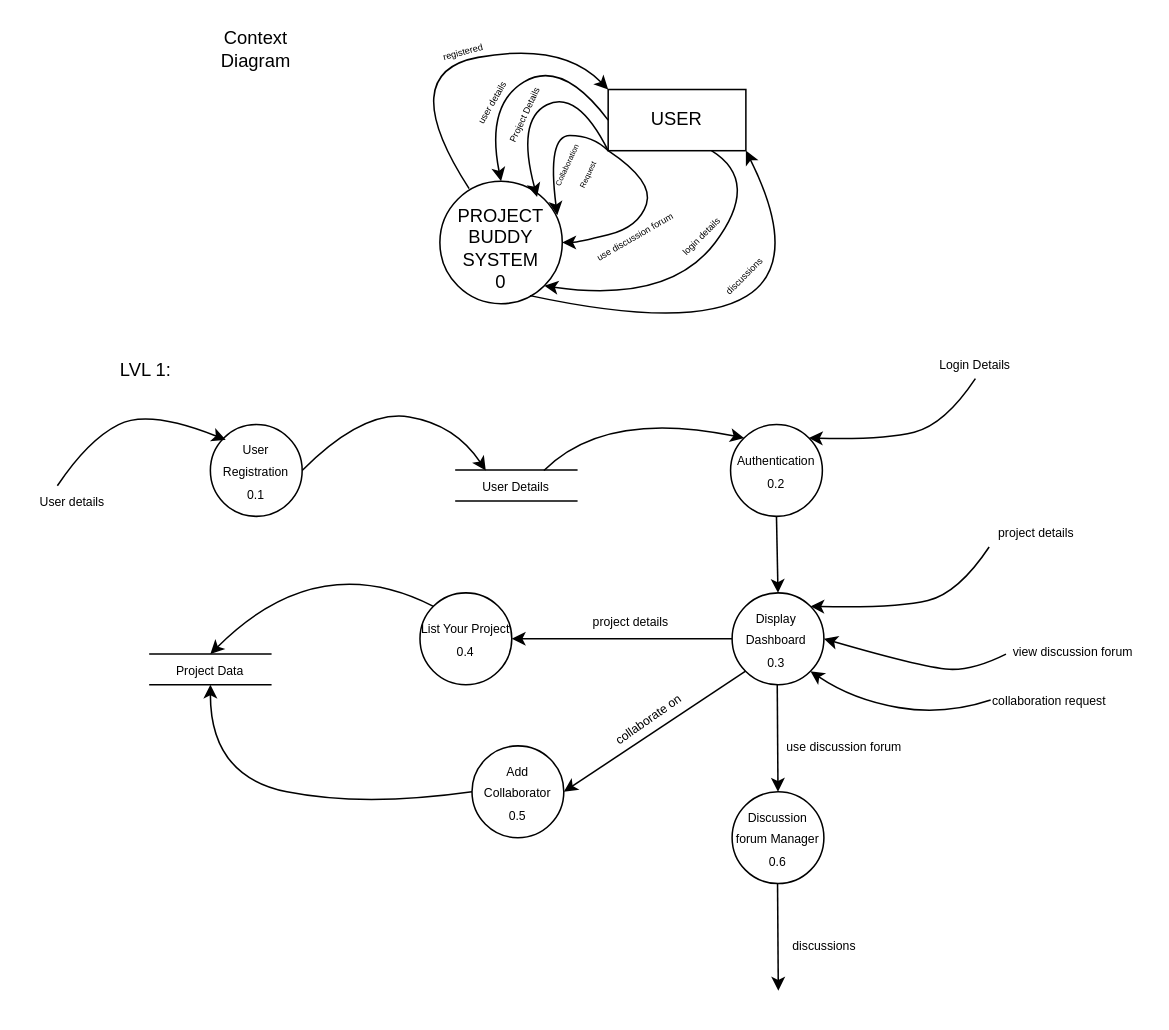
Earlier version of the draw.io diagram page "DFD" (1 of 7) of Untitled Diagram.drawio (Samrat1507/ProjectBuddy). Source tidied: cells renumbered, new cells numbered last; positions are measured from the earlier drawing's top-left corner, leaving out a move shared by most shapes. Both pictures are drawn from the tidied source at 153%, with x=0, y=0 at pixel (26, 26).
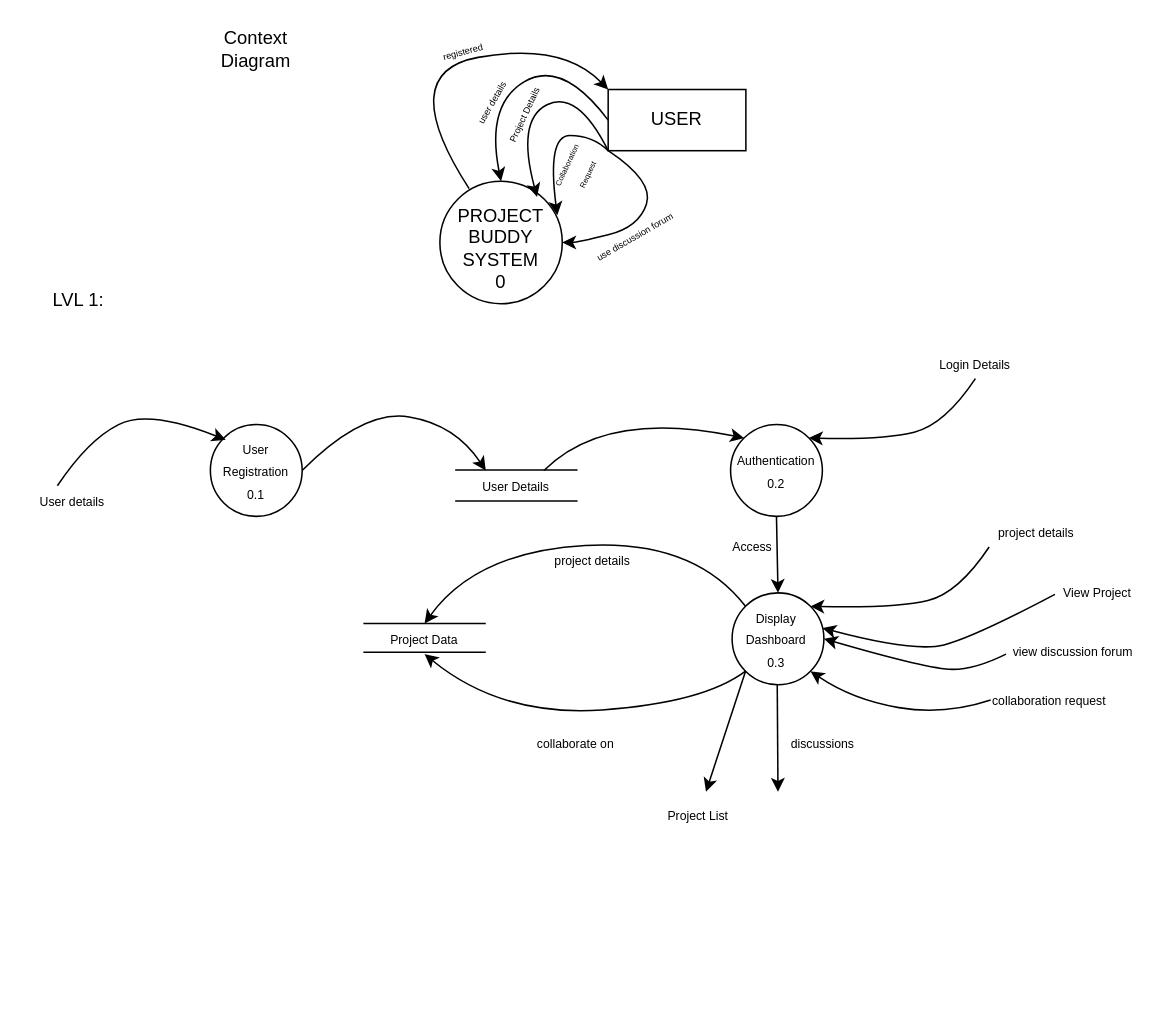
The same diagram, later.

The change refers to these unchanged cells:
```xml
<mxCell id="2" style="ellipse;whiteSpace=wrap;html=1;" parent="1" vertex="1">
  <mxGeometry x="270" y="101" width="80" height="80" as="geometry" />
</mxCell>
<mxCell id="3" style="rounded=0;whiteSpace=wrap;html=1;" parent="1" vertex="1">
  <mxGeometry x="380" y="41" width="90" height="40" as="geometry" />
</mxCell>
<mxCell id="26" style="ellipse;whiteSpace=wrap;html=1;" parent="1" vertex="1">
  <mxGeometry x="461" y="370" width="60" height="60" as="geometry" />
</mxCell>
```

The edit, as a diff of the source:
```diff
@@
-    <mxCell id="5" style="curved=1;endArrow=classic;html=1;rounded=0;exitX=0.736;exitY=0.934;exitDx=0;exitDy=0;exitPerimeter=0;entryX=1;entryY=1;entryDx=0;entryDy=0;" parent="1" edge="1" source="2" target="3">
-      <mxGeometry relative="1" as="geometry">
-        <Array as="points">
-          <mxPoint x="540" y="221" />
-        </Array>
-      </mxGeometry>
-    </mxCell>
@@
-    <mxCell id="10" style="curved=1;endArrow=classic;html=1;rounded=0;entryX=1;entryY=1;entryDx=0;entryDy=0;exitX=0.75;exitY=1;exitDx=0;exitDy=0;" parent="1" edge="1" source="3" target="2">
-      <mxGeometry relative="1" as="geometry">
-        <Array as="points">
-          <mxPoint x="480" y="101" />
-          <mxPoint x="420" y="181" />
-        </Array>
-      </mxGeometry>
-    </mxCell>
@@
-    <mxCell id="18" value="&lt;span style=&quot;font-size: 6px;&quot;&gt;login details&lt;/span&gt;" style="text;html=1;strokeColor=none;fillColor=none;align=center;verticalAlign=middle;whiteSpace=wrap;rounded=0;rotation=-45;" parent="1" vertex="1">
-      <mxGeometry x="410" y="121" width="60" height="30" as="geometry" />
-    </mxCell>
-    <mxCell id="19" value="&lt;span style=&quot;font-size: 6px;&quot;&gt;discussions&lt;/span&gt;" style="text;html=1;strokeColor=none;fillColor=none;align=center;verticalAlign=middle;whiteSpace=wrap;rounded=0;rotation=-45;" parent="1" vertex="1">
-      <mxGeometry x="438" y="147" width="60" height="30" as="geometry" />
-    </mxCell>
@@
     <mxCell id="21" value="LVL 1:" style="text;html=1;strokeColor=none;fillColor=none;align=center;verticalAlign=middle;whiteSpace=wrap;rounded=0;" parent="1" vertex="1">
-      <mxGeometry x="48" y="210" width="60" height="30" as="geometry" />
+      <mxGeometry x="4" y="164" width="60" height="30" as="geometry" />
     </mxCell>
@@
-    <mxCell id="24" style="ellipse;whiteSpace=wrap;html=1;" parent="1" vertex="1">
-      <mxGeometry x="291" y="470" width="60" height="60" as="geometry" />
-    </mxCell>
-    <mxCell id="25" style="ellipse;whiteSpace=wrap;html=1;" parent="1" vertex="1">
-      <mxGeometry x="461" y="500" width="60" height="60" as="geometry" />
-    </mxCell>
@@
-    <mxCell id="27" style="ellipse;whiteSpace=wrap;html=1;" parent="1" vertex="1">
-      <mxGeometry x="257" y="370" width="60" height="60" as="geometry" />
-    </mxCell>
@@
     <mxCell id="30" style="endArrow=none;html=1;rounded=0;" parent="1" edge="1">
       <mxGeometry relative="1" as="geometry">
-        <mxPoint x="80" y="410" as="sourcePoint" />
-        <mxPoint x="160" y="410" as="targetPoint" />
+        <mxPoint x="220" y="390" as="sourcePoint" />
+        <mxPoint x="300" y="390" as="targetPoint" />
       </mxGeometry>
     </mxCell>
     <mxCell id="31" style="endArrow=none;html=1;rounded=0;" parent="1" edge="1">
       <mxGeometry relative="1" as="geometry">
-        <mxPoint x="80" y="430" as="sourcePoint" />
-        <mxPoint x="160" y="430" as="targetPoint" />
+        <mxPoint x="220" y="408.8" as="sourcePoint" />
+        <mxPoint x="300" y="408.8" as="targetPoint" />
       </mxGeometry>
     </mxCell>
@@
-    <mxCell id="37" style="endArrow=classic;html=1;rounded=0;entryX=0.5;entryY=0;entryDx=0;entryDy=0;exitX=0.5;exitY=1;exitDx=0;exitDy=0;" parent="1" edge="1" target="25">
+    <mxCell id="37" style="endArrow=classic;html=1;rounded=0;entryX=0.5;entryY=0;entryDx=0;entryDy=0;exitX=0.5;exitY=1;exitDx=0;exitDy=0;" parent="1" edge="1">
       <mxGeometry relative="1" as="geometry">
         <mxPoint x="490.5" y="430" as="sourcePoint" />
+        <mxPoint x="491" y="500" as="targetPoint" />
       </mxGeometry>
     </mxCell>
@@
-    <mxCell id="41" style="endArrow=classic;html=1;rounded=0;entryX=0.5;entryY=0;entryDx=0;entryDy=0;exitX=0.5;exitY=1;exitDx=0;exitDy=0;" parent="1" edge="1">
-      <mxGeometry relative="1" as="geometry">
-        <mxPoint x="490.7" y="560" as="sourcePoint" />
-        <mxPoint x="491.2" y="630" as="targetPoint" />
-      </mxGeometry>
-    </mxCell>
-    <mxCell id="42" style="endArrow=classic;html=1;rounded=0;entryX=1;entryY=0.5;entryDx=0;entryDy=0;exitX=0;exitY=0.5;exitDx=0;exitDy=0;" parent="1" edge="1" source="26" target="27">
-      <mxGeometry relative="1" as="geometry" />
-    </mxCell>
-    <mxCell id="43" style="curved=1;endArrow=classic;html=1;rounded=0;exitX=0;exitY=0;exitDx=0;exitDy=0;" parent="1" edge="1" source="27">
-      <mxGeometry relative="1" as="geometry">
-        <mxPoint x="120" y="410" as="targetPoint" />
-        <Array as="points">
-          <mxPoint x="190" y="340" />
-        </Array>
-      </mxGeometry>
-    </mxCell>
-    <mxCell id="44" style="curved=1;endArrow=classic;html=1;rounded=0;exitX=0;exitY=0.5;exitDx=0;exitDy=0;" parent="1" edge="1" source="24">
-      <mxGeometry relative="1" as="geometry">
-        <mxPoint x="120" y="430" as="targetPoint" />
-        <Array as="points">
-          <mxPoint x="220" y="510" />
-          <mxPoint x="120" y="490" />
-        </Array>
-      </mxGeometry>
-    </mxCell>
-    <mxCell id="45" style="endArrow=classic;html=1;rounded=0;entryX=1;entryY=0.5;entryDx=0;entryDy=0;exitX=0;exitY=1;exitDx=0;exitDy=0;" parent="1" edge="1" source="26" target="24">
-      <mxGeometry relative="1" as="geometry" />
-    </mxCell>
@@
     <mxCell id="51" value="&lt;span style=&quot;font-size: 8px;&quot;&gt;discussions&lt;/span&gt;" style="text;html=1;strokeColor=none;fillColor=none;align=center;verticalAlign=middle;whiteSpace=wrap;rounded=0;rotation=0;" parent="1" vertex="1">
-      <mxGeometry x="480" y="590" width="83" height="20" as="geometry" />
+      <mxGeometry x="479" y="458" width="83" height="20" as="geometry" />
     </mxCell>
     <mxCell id="52" value="&lt;font style=&quot;font-size: 8px;&quot;&gt;project details&lt;/font&gt;" style="text;html=1;strokeColor=none;fillColor=none;align=center;verticalAlign=middle;whiteSpace=wrap;rounded=0;rotation=0;" parent="1" vertex="1">
-      <mxGeometry x="365" y="378" width="60" height="20" as="geometry" />
+      <mxGeometry x="340" y="338" width="60" height="20" as="geometry" />
     </mxCell>
-    <mxCell id="53" value="&lt;font style=&quot;font-size: 8px;&quot;&gt;collaborate on&lt;/font&gt;" style="text;html=1;strokeColor=none;fillColor=none;align=center;verticalAlign=middle;whiteSpace=wrap;rounded=0;rotation=-35;" parent="1" vertex="1">
-      <mxGeometry x="376" y="442" width="60" height="20" as="geometry" />
+    <mxCell id="53" value="&lt;font style=&quot;font-size: 8px;&quot;&gt;collaborate on&lt;/font&gt;" style="text;html=1;strokeColor=none;fillColor=none;align=center;verticalAlign=middle;whiteSpace=wrap;rounded=0;rotation=0;" parent="1" vertex="1">
+      <mxGeometry x="328.5" y="458" width="60" height="20" as="geometry" />
     </mxCell>
-    <mxCell id="54" value="&lt;font style=&quot;font-size: 8px;&quot;&gt;use discussion forum&lt;/font&gt;" style="text;html=1;strokeColor=none;fillColor=none;align=center;verticalAlign=middle;whiteSpace=wrap;rounded=0;rotation=0;" parent="1" vertex="1">
-      <mxGeometry x="493" y="460" width="83" height="20" as="geometry" />
-    </mxCell>
@@
     <mxCell id="56" value="&lt;span style=&quot;font-size: 8px;&quot;&gt;Project Data&lt;/span&gt;" style="text;html=1;strokeColor=none;fillColor=none;align=center;verticalAlign=middle;whiteSpace=wrap;rounded=0;rotation=0;" parent="1" vertex="1">
-      <mxGeometry x="90" y="410" width="60" height="20" as="geometry" />
+      <mxGeometry x="230" y="390" width="60" height="20" as="geometry" />
     </mxCell>
@@
-    <mxCell id="60" value="&lt;span style=&quot;font-size: 8px;&quot;&gt;List Your Project&lt;br&gt;0.4&lt;br&gt;&lt;/span&gt;" style="text;html=1;strokeColor=none;fillColor=none;align=center;verticalAlign=middle;whiteSpace=wrap;rounded=0;rotation=0;" parent="1" vertex="1">
-      <mxGeometry x="257" y="390" width="60" height="20" as="geometry" />
-    </mxCell>
-    <mxCell id="61" value="&lt;span style=&quot;font-size: 8px;&quot;&gt;Add Collaborator&lt;br&gt;0.5&lt;br&gt;&lt;/span&gt;" style="text;html=1;strokeColor=none;fillColor=none;align=center;verticalAlign=middle;whiteSpace=wrap;rounded=0;rotation=0;" parent="1" vertex="1">
-      <mxGeometry x="291" y="490" width="60" height="20" as="geometry" />
-    </mxCell>
-    <mxCell id="62" value="&lt;span style=&quot;font-size: 8px;&quot;&gt;Discussion forum Manager&lt;br&gt;0.6&lt;br&gt;&lt;/span&gt;" style="text;html=1;strokeColor=none;fillColor=none;align=center;verticalAlign=middle;whiteSpace=wrap;rounded=0;rotation=0;" parent="1" vertex="1">
-      <mxGeometry x="461" y="520" width="60" height="20" as="geometry" />
-    </mxCell>
+    <mxCell id="63" value="&lt;font style=&quot;font-size: 8px;&quot;&gt;Access&lt;/font&gt;" style="text;html=1;strokeColor=none;fillColor=none;align=center;verticalAlign=middle;whiteSpace=wrap;rounded=0;" parent="1" vertex="1">
+      <mxGeometry x="454" y="327" width="41" height="24" as="geometry" />
+    </mxCell>
+    <mxCell id="64" style="curved=1;endArrow=classic;html=1;rounded=0;entryX=1;entryY=0;entryDx=0;entryDy=0;" parent="1" edge="1">
+      <mxGeometry relative="1" as="geometry">
+        <mxPoint x="672" y="371" as="sourcePoint" />
+        <mxPoint x="520" y="393" as="targetPoint" />
+        <Array as="points">
+          <mxPoint x="619" y="399" />
+          <mxPoint x="580" y="409" />
+        </Array>
+      </mxGeometry>
+    </mxCell>
+    <mxCell id="65" value="&lt;font style=&quot;font-size: 8px;&quot;&gt;View Project&lt;/font&gt;" style="text;html=1;strokeColor=none;fillColor=none;align=center;verticalAlign=middle;whiteSpace=wrap;rounded=0;" parent="1" vertex="1">
+      <mxGeometry x="670" y="354" width="60" height="30" as="geometry" />
+    </mxCell>
+    <mxCell id="66" style="endArrow=classic;html=1;rounded=0;exitX=0;exitY=1;exitDx=0;exitDy=0;" parent="1" edge="1" source="26" target="67">
+      <mxGeometry relative="1" as="geometry" />
+    </mxCell>
+    <mxCell id="67" value="&lt;font style=&quot;font-size: 8px;&quot;&gt;Project List&lt;/font&gt;" style="text;html=1;strokeColor=none;fillColor=none;align=center;verticalAlign=middle;whiteSpace=wrap;rounded=0;" parent="1" vertex="1">
+      <mxGeometry x="409" y="500" width="60" height="30" as="geometry" />
+    </mxCell>
+    <mxCell id="68" style="curved=1;endArrow=classic;html=1;rounded=0;entryX=0.5;entryY=1;entryDx=0;entryDy=0;exitX=0;exitY=1;exitDx=0;exitDy=0;" parent="1" edge="1" source="26" target="56">
+      <mxGeometry relative="1" as="geometry">
+        <Array as="points">
+          <mxPoint x="442" y="442" />
+          <mxPoint x="310" y="451" />
+        </Array>
+      </mxGeometry>
+    </mxCell>
+    <mxCell id="69" style="curved=1;endArrow=classic;html=1;rounded=0;entryX=0.5;entryY=0;entryDx=0;entryDy=0;exitX=0;exitY=0;exitDx=0;exitDy=0;" parent="1" edge="1" source="26" target="56">
+      <mxGeometry relative="1" as="geometry">
+        <Array as="points">
+          <mxPoint x="436" y="335" />
+          <mxPoint x="294" y="343" />
+        </Array>
+      </mxGeometry>
+    </mxCell>
```
